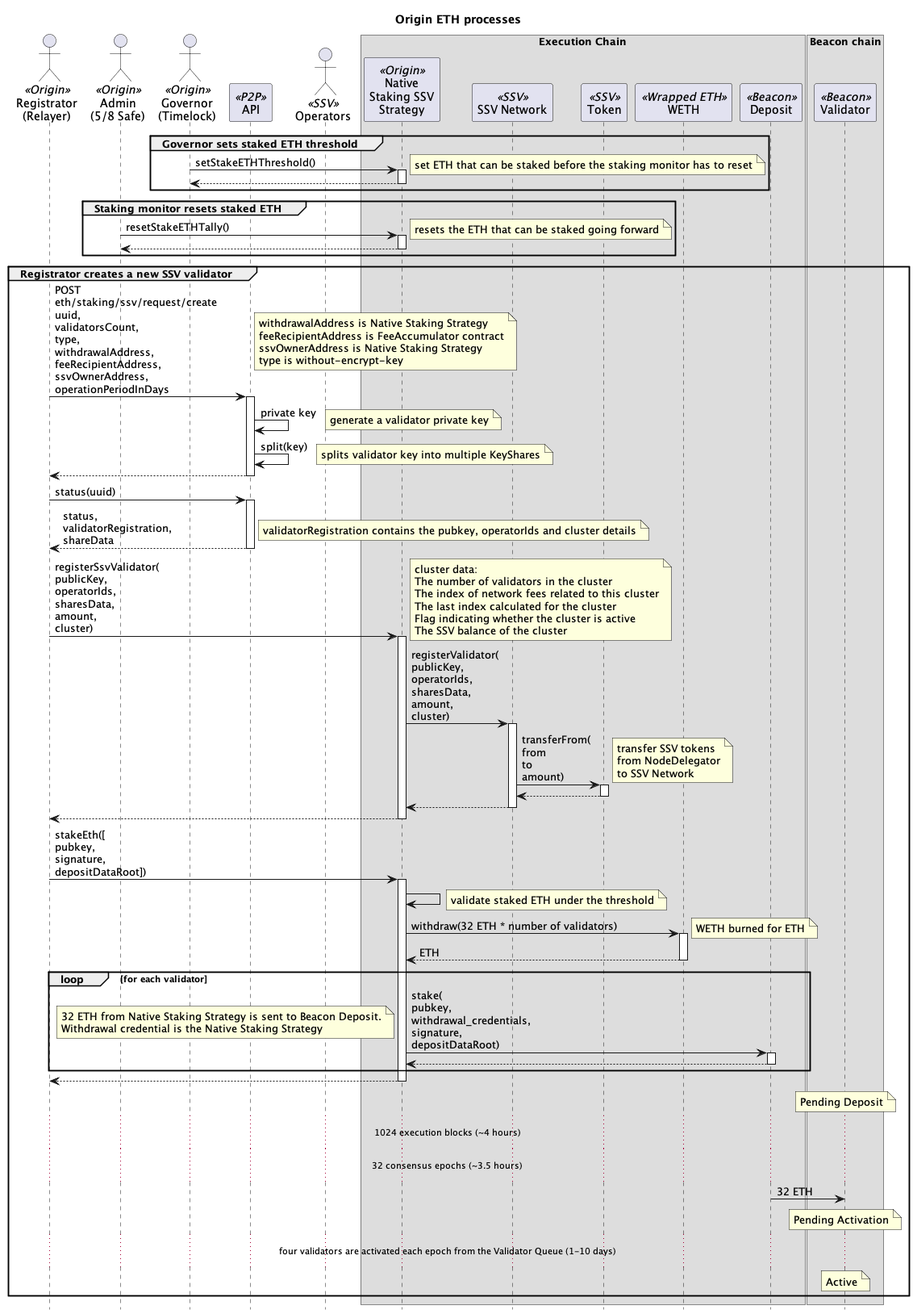
Before: contracts/docs/plantuml/oethProcesses-register.png, a diagram exported from PlantUML (OriginProtocol/origin-dollar). Its diagram source:
```plantuml
@startuml

skinparam tabSize 2
hide footbox

title "Origin ETH processes"

actor "Registrator\n(Relayer)" as reg <<Origin>>
actor "Admin\n(5/8 Safe)" as admin <<Origin>>
actor "Governor\n(Timelock)" as gov <<Origin>>
participant "API" as api <<P2P>>
actor "Operators" as ssvOp <<SSV>>

box "Execution Chain"
participant "Native\nStaking SSV\nStrategy" as nativeStrat <<Origin>>
participant "SSV Network" as ssvNet <<SSV>>
participant "Token" as ssv <<SSV>>
participant "WETH" as weth <<Wrapped ETH>>
participant "Deposit" as dep <<Beacon>>
end box

box "Beacon chain"
participant "Validator" as val <<Beacon>>
end box





group Governor sets staked ETH threshold

gov -> nativeStrat : setStakeETHThreshold()
activate nativeStrat
note right: set ETH that can be staked before the staking monitor has to reset
return

end group

group Staking monitor resets staked ETH

admin -> nativeStrat : resetStakeETHTally()
activate nativeStrat
note right: resets the ETH that can be staked going forward
return

end group

group Registrator creates a new SSV validator

reg -> api: POST\neth/staking/ssv/request/create\nuuid,\nvalidatorsCount,\ntype,\nwithdrawalAddress,\nfeeRecipientAddress,\nssvOwnerAddress,\noperationPeriodInDays
activate api
note right
withdrawalAddress is Native Staking Strategy
feeRecipientAddress is FeeAccumulator contract
ssvOwnerAddress is Native Staking Strategy
type is without-encrypt-key
end note
api -> api: private key
note right : generate a validator private key
api -> api: split(key)
note right : splits validator key into multiple KeyShares
return

reg -> api: status(uuid)
activate api
return status,\nvalidatorRegistration,\nshareData
note right : validatorRegistration contains the pubkey, operatorIds and cluster details

reg -> nativeStrat : registerSsvValidator(\npublicKey,\noperatorIds,\nsharesData,\namount,\ncluster)
activate nativeStrat
note right
cluster data:
The number of validators in the cluster
The index of network fees related to this cluster
The last index calculated for the cluster
Flag indicating whether the cluster is active
The SSV balance of the cluster
end note
nativeStrat -> ssvNet : registerValidator(\npublicKey,\noperatorIds,\nsharesData,\namount,\ncluster)
activate ssvNet
ssvNet -> ssv : transferFrom(\nfrom\nto\namount)
activate ssv
note right: transfer SSV tokens\nfrom NodeDelegator\nto SSV Network
return
return
return

reg -> nativeStrat : stakeEth([\npubkey,\nsignature,\ndepositDataRoot])
activate nativeStrat
nativeStrat -> nativeStrat
note right : validate staked ETH under the threshold
nativeStrat -> weth : withdraw(32 ETH * number of validators)
activate weth
note right : WETH burned for ETH
return ETH

loop for each validator

nativeStrat -> dep : stake(\npubkey,\nwithdrawal_credentials,\nsignature,\ndepositDataRoot)
activate dep
note left
32 ETH from Native Staking Strategy is sent to Beacon Deposit.
Withdrawal credential is the Native Staking Strategy
end note
return
end
return

note over val : Pending Deposit

... 1024 execution blocks (~4 hours) ...
... 32 consensus epochs (~3.5 hours) ...

dep -> val : 32 ETH

note over val : Pending Activation

... four validators are activated each epoch from the Validator Queue (1-10 days) ...

note over val : Active

end group











































@endumls
```
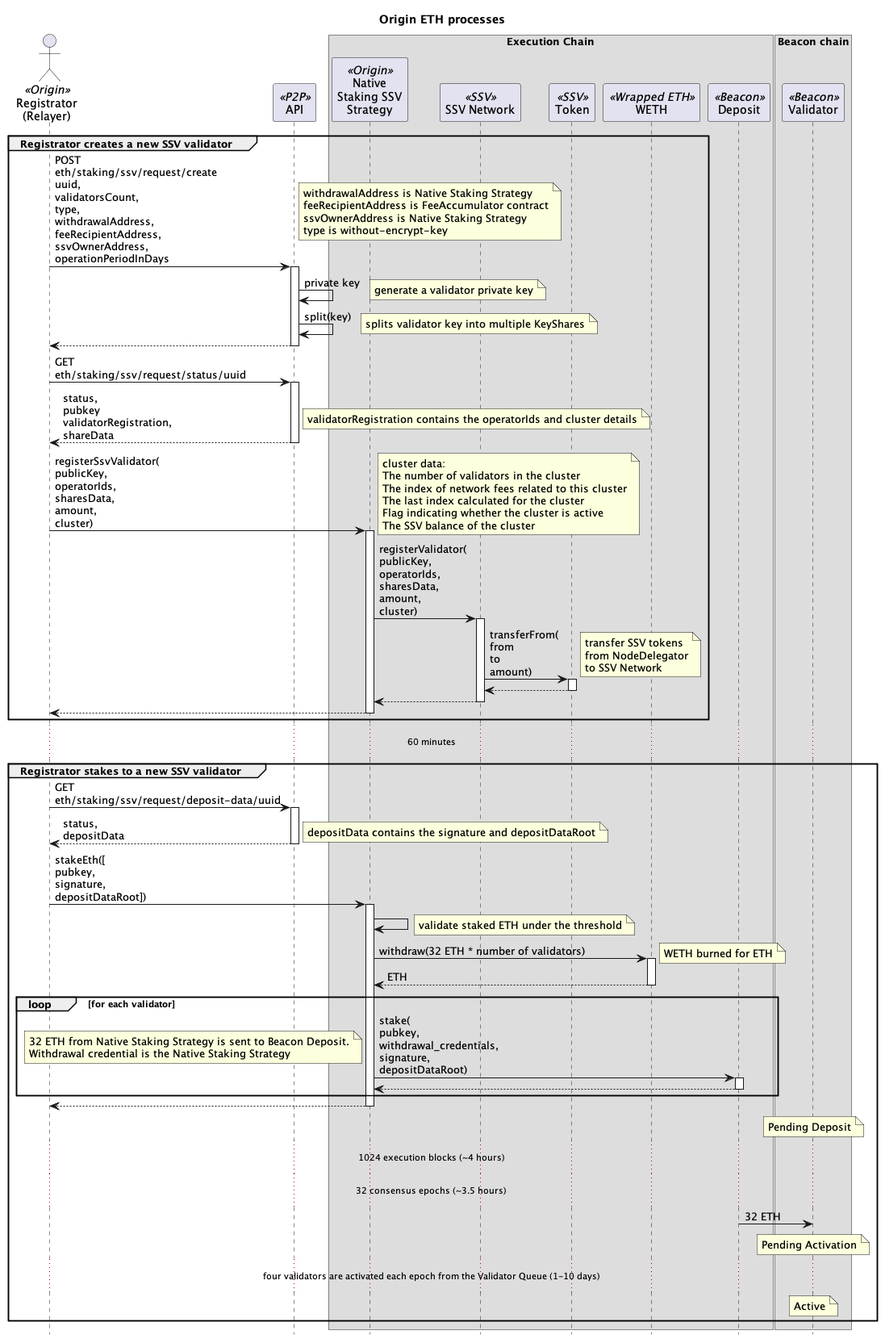
The same diagram one commit later.

Commit message:
Updated native staking process diagrams

What changed in the source:
```diff
@@ -6,10 +6,7 @@
 title "Origin ETH processes"
 
 actor "Registrator\n(Relayer)" as reg <<Origin>>
-actor "Admin\n(5/8 Safe)" as admin <<Origin>>
-actor "Governor\n(Timelock)" as gov <<Origin>>
 participant "API" as api <<P2P>>
-actor "Operators" as ssvOp <<SSV>>
 
 box "Execution Chain"
 participant "Native\nStaking SSV\nStrategy" as nativeStrat <<Origin>>
@@ -27,23 +24,11 @@
 
 
 
-group Governor sets staked ETH threshold
 
-gov -> nativeStrat : setStakeETHThreshold()
-activate nativeStrat
-note right: set ETH that can be staked before the staking monitor has to reset
-return
 
-end group
 
-group Staking monitor resets staked ETH
 
-admin -> nativeStrat : resetStakeETHTally()
-activate nativeStrat
-note right: resets the ETH that can be staked going forward
-return
 
-end group
 
 group Registrator creates a new SSV validator
 
@@ -61,10 +46,10 @@
 note right : splits validator key into multiple KeyShares
 return
 
-reg -> api: status(uuid)
+reg -> api: GET\neth/staking/ssv/request/status/uuid
 activate api
-return status,\nvalidatorRegistration,\nshareData
-note right : validatorRegistration contains the pubkey, operatorIds and cluster details
+return status,\npubkey\nvalidatorRegistration,\nshareData
+note right : validatorRegistration contains the operatorIds and cluster details
 
 reg -> nativeStrat : registerSsvValidator(\npublicKey,\noperatorIds,\nsharesData,\namount,\ncluster)
 activate nativeStrat
@@ -84,6 +69,17 @@
 return
 return
 return
+
+end group
+
+... 60 minutes ...
+
+group Registrator stakes to a new SSV validator
+
+reg -> api: GET\neth/staking/ssv/request/deposit-data/uuid
+activate api
+return status,\ndepositData
+note right : depositData contains the signature and depositDataRoot
 
 reg -> nativeStrat : stakeEth([\npubkey,\nsignature,\ndepositDataRoot])
 activate nativeStrat
@@ -163,4 +159,11 @@
 
 
 
-@endumls
+
+
+
+
+
+
+
+@enduml
```
